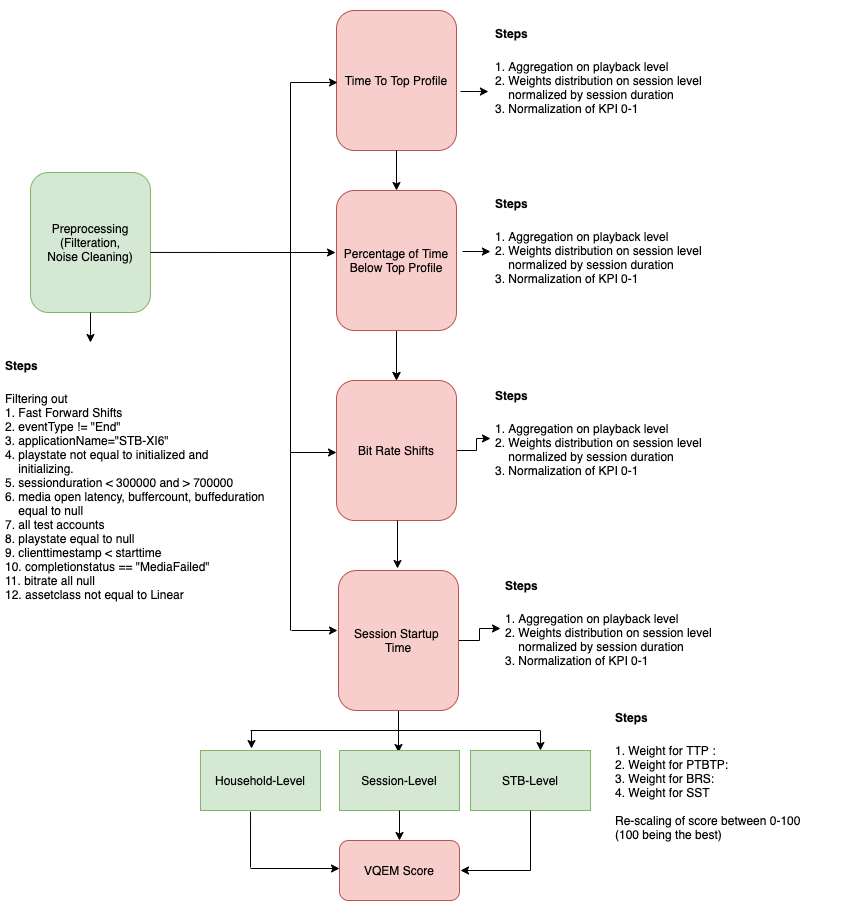
Earlier version of the draw.io export src/VQEM_architecture.png (VikramKarwal-Rogers/VQEM). Source tidied: cells renumbered, new cells last; positions are measured from the earlier drawing's top-left corner, leaving out a move shared by most shapes.
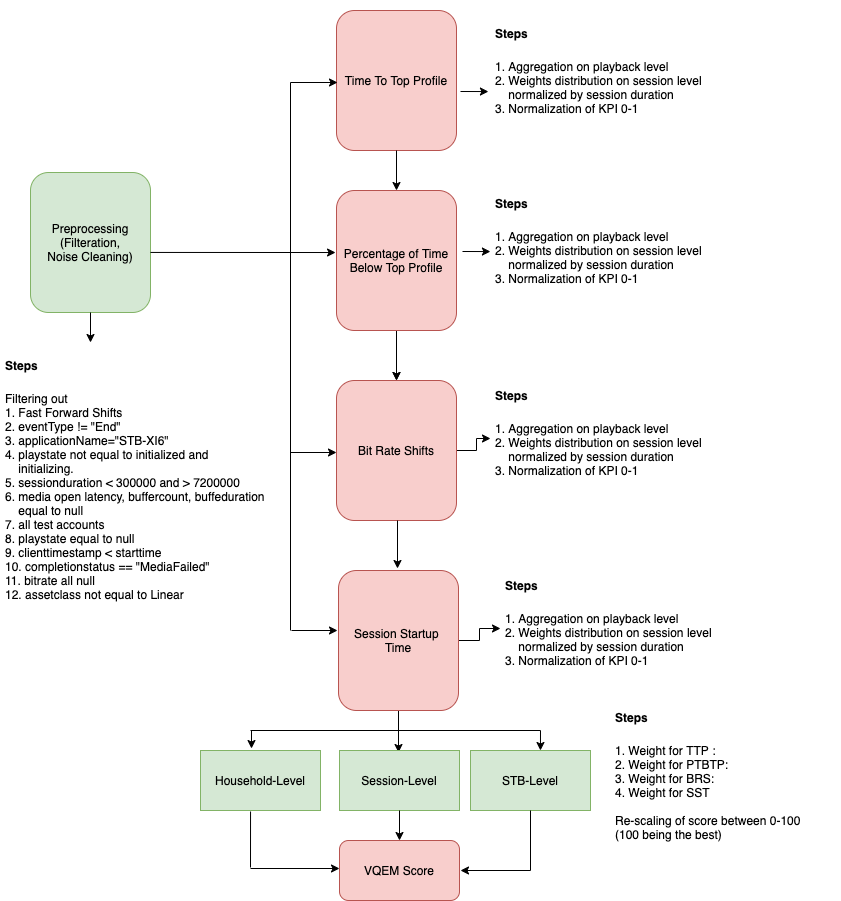
Above is the later version.

The edit, as a diff of the source:
```diff
@@ -85,7 +85,7 @@
     <mxCell id="21" value="&lt;h1&gt;&lt;font style=&quot;font-size: 12px&quot;&gt;Steps&lt;/font&gt;&lt;/h1&gt;&lt;div&gt;1. Weight for TTP :&amp;nbsp;&lt;/div&gt;&lt;div&gt;2. Weight for PTBTP:&amp;nbsp;&lt;/div&gt;&lt;div&gt;3. Weight for BRS:&amp;nbsp;&lt;/div&gt;&lt;div&gt;4. Weight for SST&lt;/div&gt;&lt;div&gt;&lt;br&gt;&lt;/div&gt;&lt;div&gt;Re-scaling of score between 0-100&lt;/div&gt;&lt;div&gt;(100 being the best)&lt;/div&gt;" style="text;html=1;strokeColor=none;fillColor=none;spacing=5;spacingTop=-20;whiteSpace=wrap;overflow=hidden;rounded=0;" parent="1" vertex="1">
       <mxGeometry x="610" y="684" width="230" height="151" as="geometry" />
     </mxCell>
-    <mxCell id="22" value="&lt;h1&gt;&lt;font style=&quot;font-size: 12px&quot;&gt;Steps&lt;/font&gt;&lt;/h1&gt;&lt;div&gt;Filtering out&lt;/div&gt;&lt;div&gt;1. Fast Forward Shifts&lt;/div&gt;&lt;div&gt;2. eventType != &quot;End&quot;&lt;/div&gt;&lt;div&gt;3. applicationName=&quot;STB-XI6&quot;&lt;/div&gt;&lt;div&gt;4. playstate not equal to initialized and&amp;nbsp; &amp;nbsp;&lt;/div&gt;&lt;div&gt;&lt;span&gt;&amp;nbsp; &amp;nbsp; initializing.&lt;/span&gt;&lt;br&gt;&lt;/div&gt;&lt;div&gt;&lt;span&gt;5. sessionduration &amp;lt; 300000 and &amp;gt; 700000&lt;/span&gt;&lt;/div&gt;&lt;div&gt;&lt;span&gt;6. media open latency, buffercount, buffeduration&amp;nbsp;&lt;/span&gt;&lt;/div&gt;&lt;div&gt;&lt;span&gt;&amp;nbsp; &amp;nbsp; equal to null&lt;/span&gt;&lt;br&gt;&lt;/div&gt;&lt;div&gt;&lt;span&gt;7. all test accounts&lt;/span&gt;&lt;/div&gt;&lt;div&gt;&lt;span&gt;8. playstate equal to null&lt;/span&gt;&lt;/div&gt;&lt;div&gt;&lt;span&gt;9. clienttimestamp &amp;lt; starttime&lt;/span&gt;&lt;/div&gt;&lt;div&gt;&lt;span&gt;10. completionstatus == &quot;MediaFailed&quot;&lt;/span&gt;&lt;/div&gt;&lt;div&gt;&lt;span&gt;11. bitrate all null&lt;/span&gt;&lt;/div&gt;&lt;div&gt;&lt;span&gt;12. assetclass not equal to Linear&lt;/span&gt;&lt;/div&gt;&lt;div&gt;&lt;br&gt;&lt;/div&gt;&lt;div&gt;&lt;span&gt;&lt;br&gt;&lt;/span&gt;&lt;/div&gt;&lt;div&gt;&lt;font style=&quot;font-size: 12px&quot;&gt;&lt;br&gt;&lt;/font&gt;&lt;/div&gt;" style="text;html=1;strokeColor=none;fillColor=none;spacing=5;spacingTop=-20;whiteSpace=wrap;overflow=hidden;rounded=0;" parent="1" vertex="1">
+    <mxCell id="22" value="&lt;h1&gt;&lt;font style=&quot;font-size: 12px&quot;&gt;Steps&lt;/font&gt;&lt;/h1&gt;&lt;div&gt;Filtering out&lt;/div&gt;&lt;div&gt;1. Fast Forward Shifts&lt;/div&gt;&lt;div&gt;2. eventType != &quot;End&quot;&lt;/div&gt;&lt;div&gt;3. applicationName=&quot;STB-XI6&quot;&lt;/div&gt;&lt;div&gt;4. playstate not equal to initialized and&amp;nbsp; &amp;nbsp;&lt;/div&gt;&lt;div&gt;&lt;span&gt;&amp;nbsp; &amp;nbsp; initializing.&lt;/span&gt;&lt;br&gt;&lt;/div&gt;&lt;div&gt;&lt;span&gt;5. sessionduration &amp;lt; 300000 and &amp;gt; 7200000&lt;/span&gt;&lt;/div&gt;&lt;div&gt;&lt;span&gt;6. media open latency, buffercount, buffeduration&amp;nbsp;&lt;/span&gt;&lt;/div&gt;&lt;div&gt;&lt;span&gt;&amp;nbsp; &amp;nbsp; equal to null&lt;/span&gt;&lt;br&gt;&lt;/div&gt;&lt;div&gt;&lt;span&gt;7. all test accounts&lt;/span&gt;&lt;/div&gt;&lt;div&gt;&lt;span&gt;8. playstate equal to null&lt;/span&gt;&lt;/div&gt;&lt;div&gt;&lt;span&gt;9. clienttimestamp &amp;lt; starttime&lt;/span&gt;&lt;/div&gt;&lt;div&gt;&lt;span&gt;10. completionstatus == &quot;MediaFailed&quot;&lt;/span&gt;&lt;/div&gt;&lt;div&gt;&lt;span&gt;11. bitrate all null&lt;/span&gt;&lt;/div&gt;&lt;div&gt;&lt;span&gt;12. assetclass not equal to Linear&lt;/span&gt;&lt;/div&gt;&lt;div&gt;&lt;br&gt;&lt;/div&gt;&lt;div&gt;&lt;span&gt;&lt;br&gt;&lt;/span&gt;&lt;/div&gt;&lt;div&gt;&lt;font style=&quot;font-size: 12px&quot;&gt;&lt;br&gt;&lt;/font&gt;&lt;/div&gt;" style="text;html=1;strokeColor=none;fillColor=none;spacing=5;spacingTop=-20;whiteSpace=wrap;overflow=hidden;rounded=0;" parent="1" vertex="1">
       <mxGeometry y="332" width="280" height="300" as="geometry" />
     </mxCell>
     <mxCell id="23" style="endArrow=classic;html=1;exitX=0.5;exitY=1;exitDx=0;exitDy=0;" parent="1" edge="1" source="2">
```
